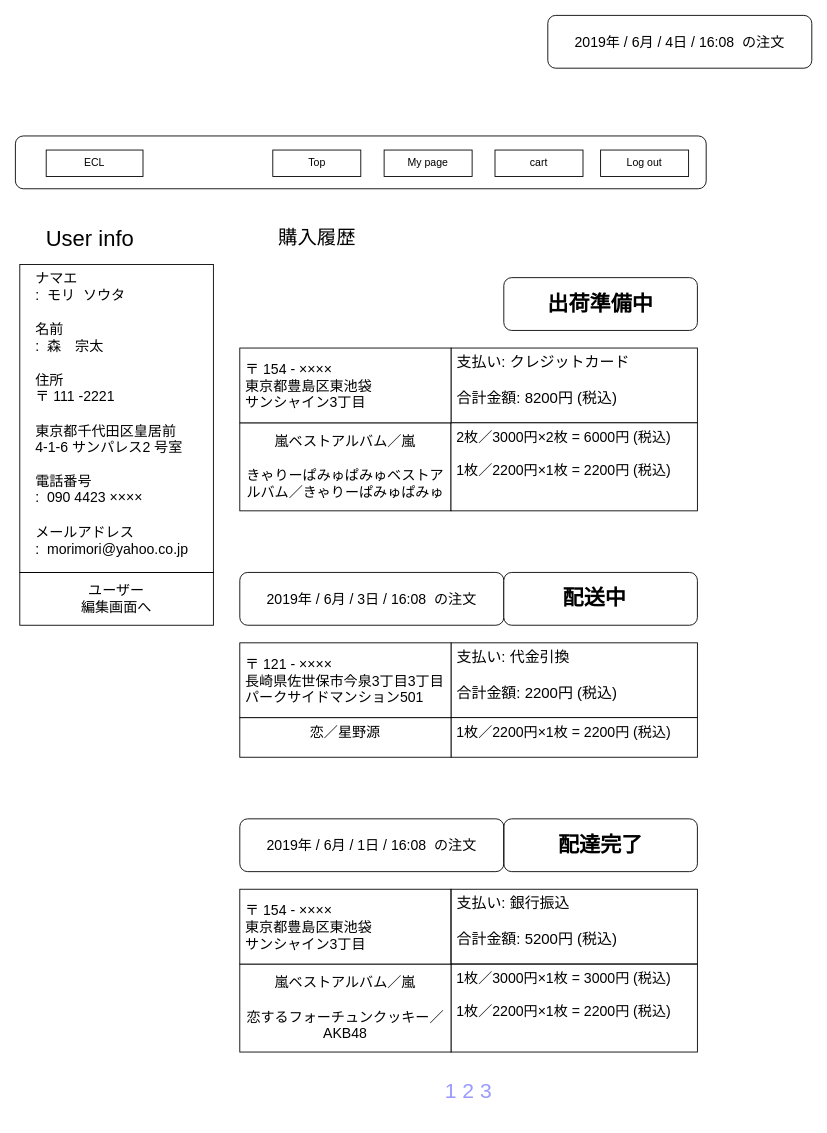
Earlier version of the draw.io diagram ワイヤーフレーム/user/user_mypage.drawio (ecl11/ECL). Source tidied: cells renumbered, new cells numbered last; positions are measured from the earlier drawing's top-left corner, leaving out a move shared by most shapes. Both pictures are drawn from the tidied source at 88%, with x=0, y=0 at pixel (15, 15).
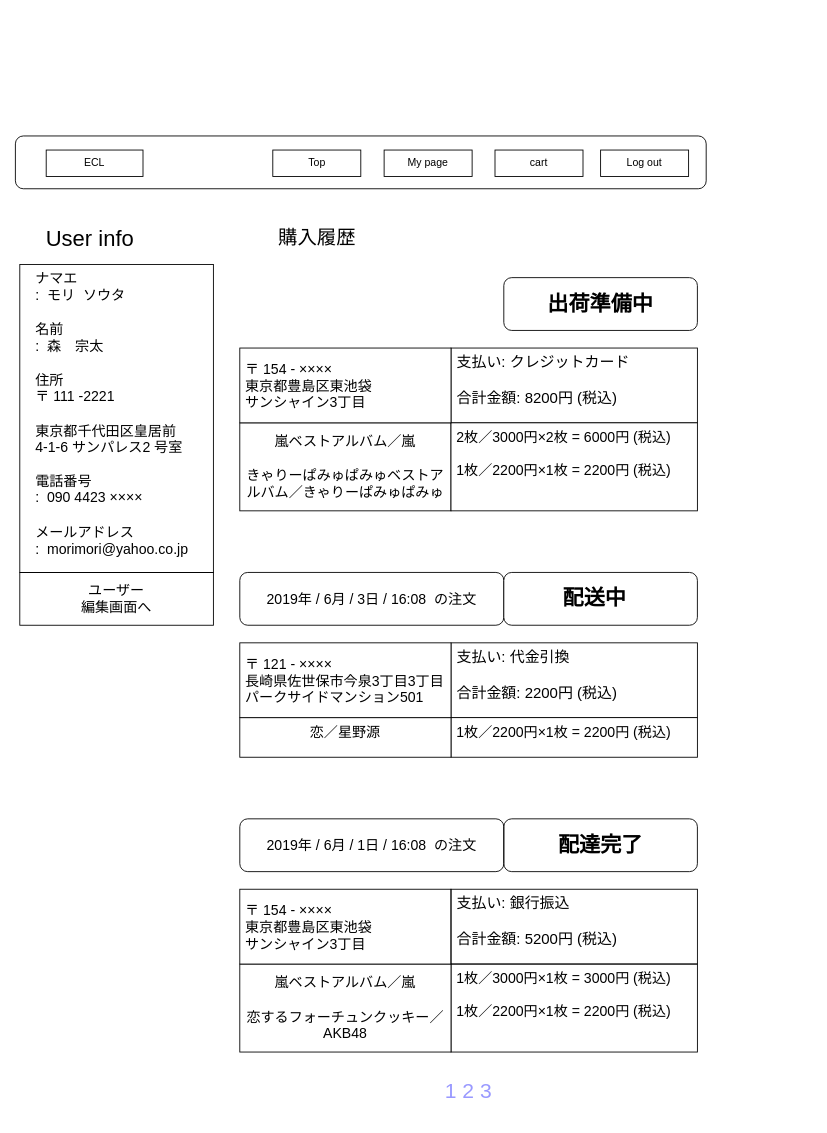
Above is the later version.

Change to the diagram source:
```diff
@@
-    <mxCell id="15" value="2019年 / 6月 / 4日 / 16:08&amp;nbsp; の注文" style="rounded=1;whiteSpace=wrap;html=1;strokeColor=#000000;fillColor=none;fontSize=16;" parent="1" vertex="1">
-      <mxGeometry x="605" width="300" height="60" as="geometry" />
-    </mxCell>
```
